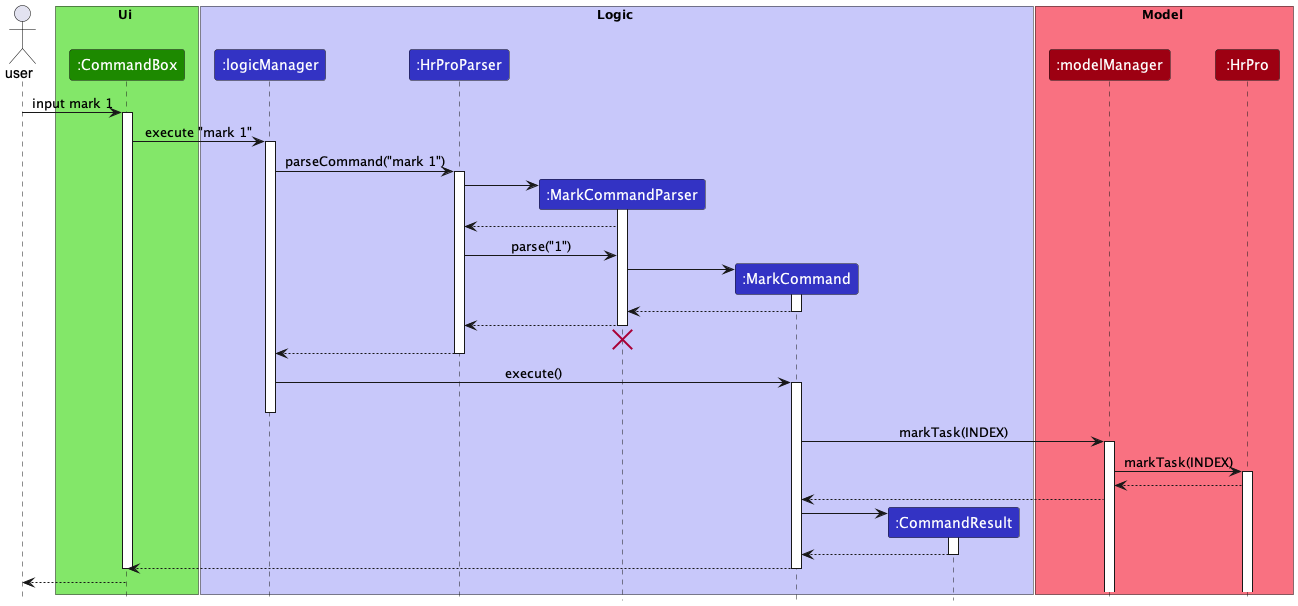
This is docs/images/MarkCommandSequenceDiagram.png from nus-cs2103-AY2223S1/tp, a PlantUML export, as it was before one commit.
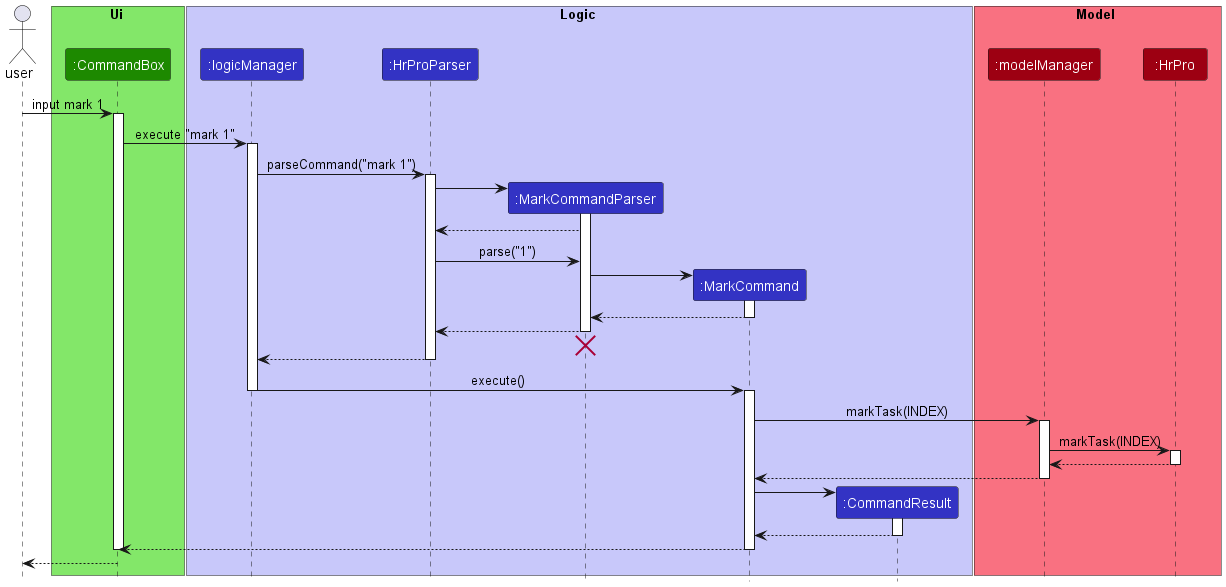
After the commit.

The edit, as a diff of the source:
```diff
@@ -54,8 +54,8 @@
 deactivate hrProParser
 
 logicManager -> markCommand : execute()
+deactivate logicManager
 activate markCommand
-deactivate logicManager
 
 markCommand -> modelManager : markTask(INDEX)
 activate modelManager
@@ -64,8 +64,10 @@
 activate hrPro
 
 hrPro --> modelManager
+deactivate hrPro
 
 modelManager --> markCommand
+deactivate modelManager
 
 create commandResult
 markCommand -> commandResult :
```
